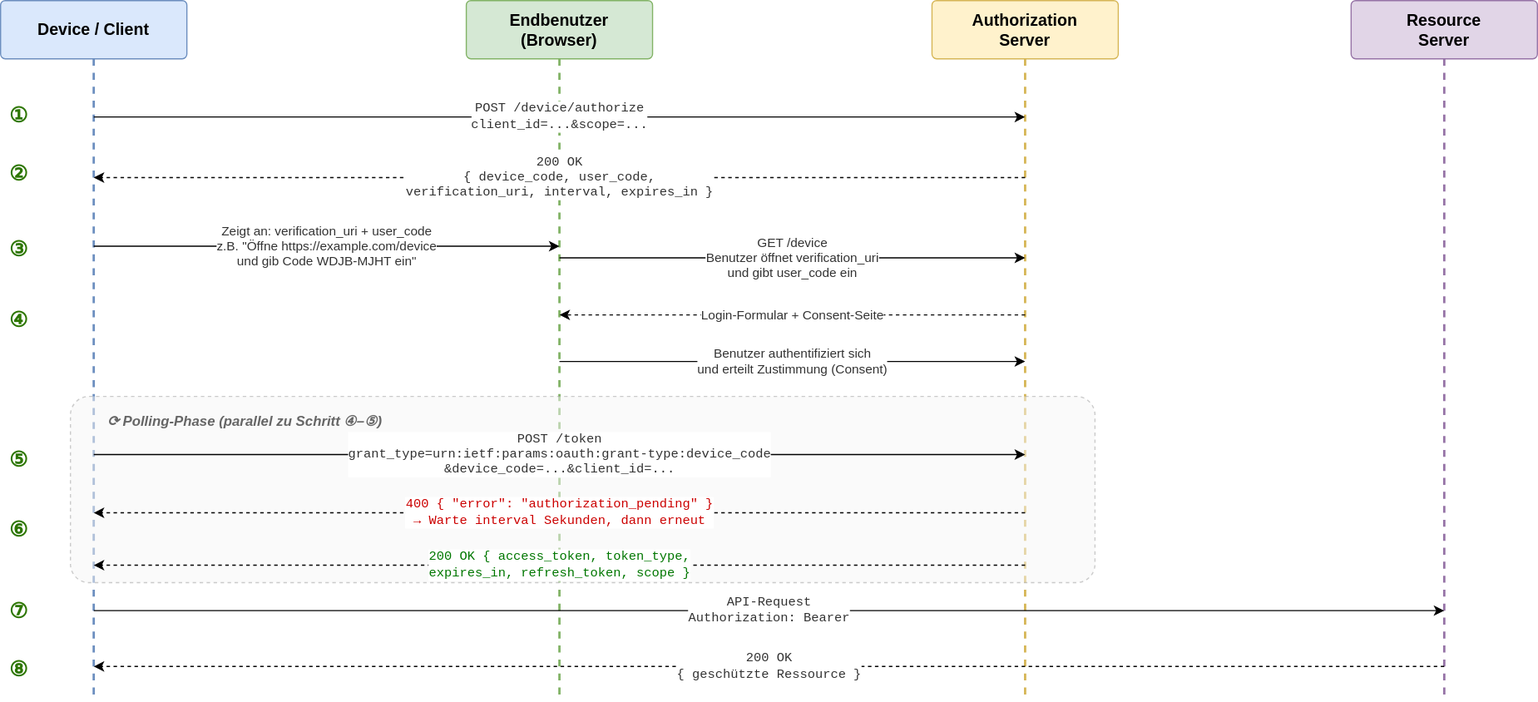
The draw.io diagram slides/02-protokoll-standards/images/device_flow.drawio.svg in it-erben/training-keycloak, before a commit. Source tidied: cells renumbered, new cells last; positions are measured from the earlier drawing's top-left corner, leaving out a move shared by most shapes.
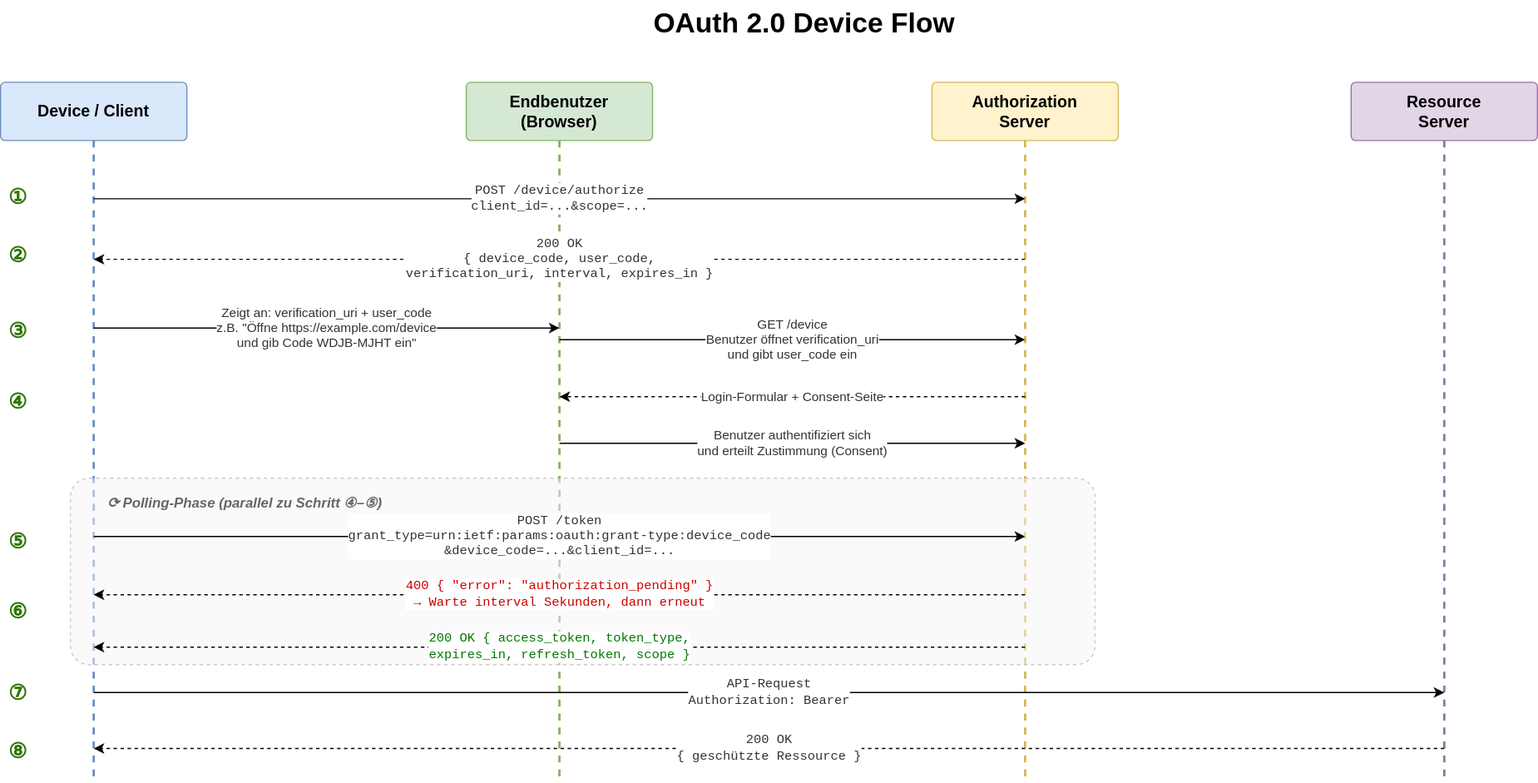
The same diagram one commit later.

Change to the diagram source:
```diff
@@ -134,5 +134,8 @@
         <mxPoint x="80" y="572" as="targetPoint" />
       </mxGeometry>
     </mxCell>
+    <mxCell id="31" value="OAuth 2.0 Device Flow" style="text;strokeColor=none;fillColor=none;html=1;fontSize=24;fontStyle=1;verticalAlign=middle;align=center;" parent="1" vertex="1">
+      <mxGeometry x="640" y="-70" width="100" height="40" as="geometry" />
+    </mxCell>
   </root>
 </mxGraphModel>
```
